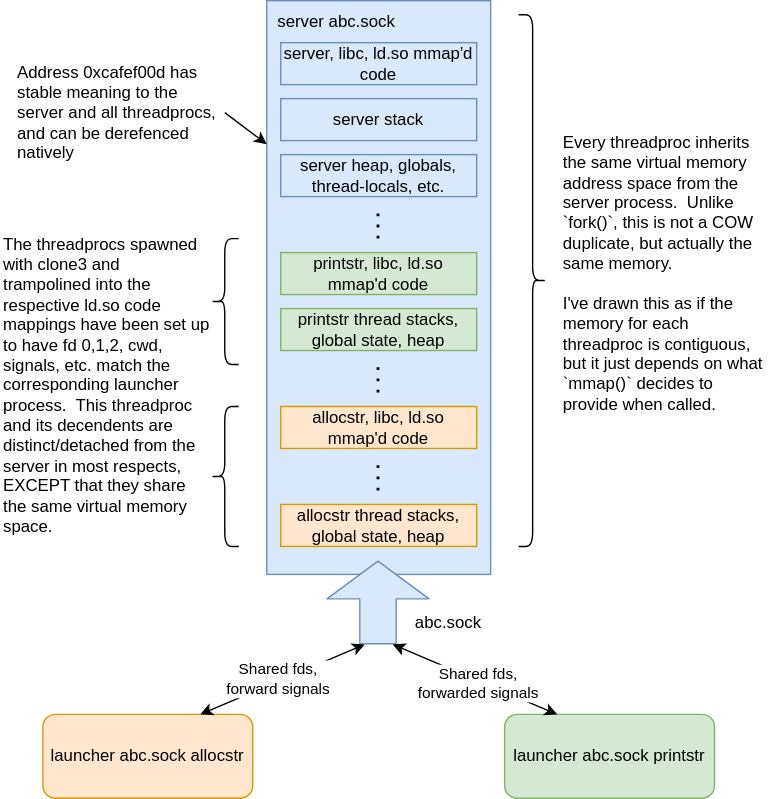
Before: servermemory.drawio.svg, a diagram exported from draw.io (jer-irl/threadprocs). Source tidied: cells renumbered, new cells last; positions are measured from the earlier drawing's top-left corner, leaving out a move shared by most shapes.
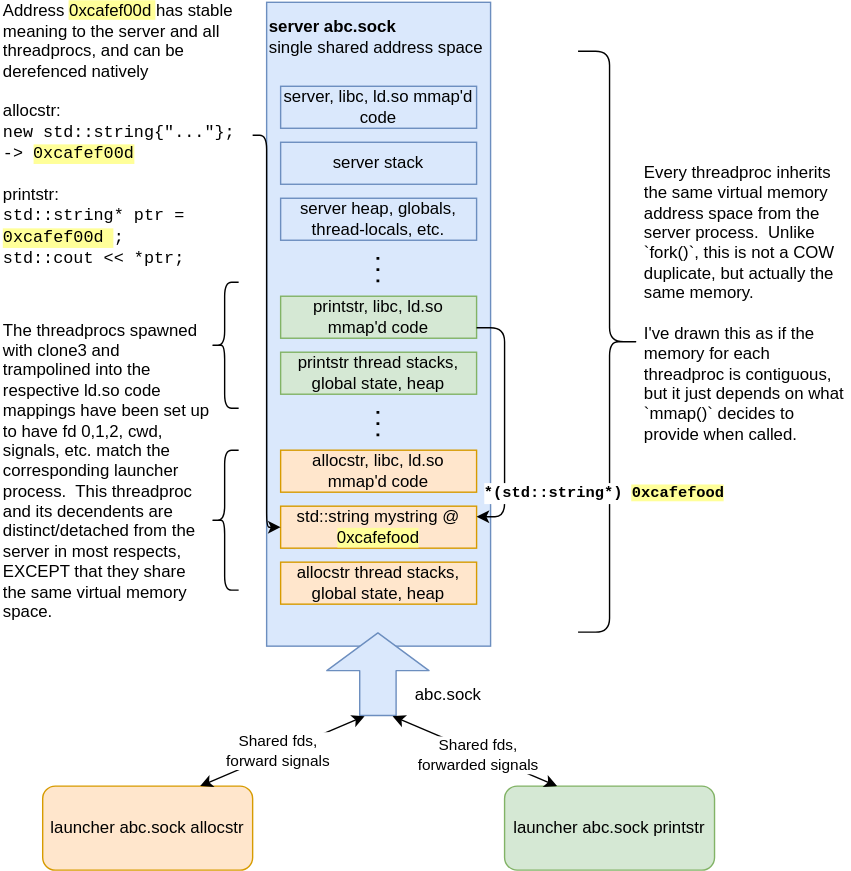
Above is the later version.

What changed in the source:
```diff
@@ -3,19 +3,19 @@
     <mxCell id="0" />
     <mxCell id="1" parent="0" />
     <mxCell id="2" style="rounded=0;whiteSpace=wrap;html=1;fillColor=#dae8fc;strokeColor=#6c8ebf;" parent="1" vertex="1">
-      <mxGeometry x="190" width="160" height="410" as="geometry" />
+      <mxGeometry x="190" y="-30" width="160" height="460" as="geometry" />
     </mxCell>
-    <mxCell id="3" value="server abc.sock" style="text;html=1;align=center;verticalAlign=middle;whiteSpace=wrap;rounded=0;" parent="1" vertex="1">
-      <mxGeometry x="190" width="100" height="30" as="geometry" />
+    <mxCell id="3" value="&lt;b&gt;server abc.sock&lt;/b&gt;&lt;div style=&quot;&quot;&gt;single shared address space&lt;/div&gt;" style="text;html=1;align=left;verticalAlign=middle;whiteSpace=wrap;rounded=0;" parent="1" vertex="1">
+      <mxGeometry x="190" y="-20" width="160" height="30" as="geometry" />
     </mxCell>
     <mxCell id="4" value="launcher abc.sock allocstr" style="rounded=1;whiteSpace=wrap;html=1;fillColor=#ffe6cc;strokeColor=#d79b00;" parent="1" vertex="1">
-      <mxGeometry x="30" y="510" width="150" height="60" as="geometry" />
+      <mxGeometry x="30" y="530" width="150" height="60" as="geometry" />
     </mxCell>
     <mxCell id="5" value="allocstr, libc, ld.so mmap'd code" style="rounded=0;whiteSpace=wrap;html=1;fillColor=#ffe6cc;strokeColor=#d79b00;" parent="1" vertex="1">
       <mxGeometry x="200" y="290" width="140" height="30" as="geometry" />
     </mxCell>
     <mxCell id="6" value="allocstr thread stacks, global state, heap" style="rounded=0;whiteSpace=wrap;html=1;fillColor=#ffe6cc;strokeColor=#d79b00;" parent="1" vertex="1">
-      <mxGeometry x="200" y="360" width="140" height="30" as="geometry" />
+      <mxGeometry x="200" y="370" width="140" height="30" as="geometry" />
     </mxCell>
     <mxCell id="7" style="endArrow=none;dashed=1;html=1;dashPattern=1 3;strokeWidth=2;" parent="1" edge="1">
       <mxGeometry relative="1" as="geometry">
@@ -28,30 +28,30 @@
     </mxCell>
     <mxCell id="9" style="shape=flexArrow;endArrow=classic;html=1;fillColor=#dae8fc;strokeColor=#6c8ebf;entryX=0.5;entryY=1;entryDx=0;entryDy=0;endWidth=46;endSize=8.67;width=26;" parent="1" edge="1">
       <mxGeometry relative="1" as="geometry">
-        <mxPoint x="269.5" y="460" as="sourcePoint" />
-        <mxPoint x="269.5" y="400" as="targetPoint" />
+        <mxPoint x="269.5" y="480" as="sourcePoint" />
+        <mxPoint x="269.5" y="420" as="targetPoint" />
       </mxGeometry>
     </mxCell>
     <mxCell id="10" value="abc.sock" style="text;html=1;align=center;verticalAlign=middle;whiteSpace=wrap;rounded=0;" parent="1" vertex="1">
-      <mxGeometry x="290" y="430" width="60" height="30" as="geometry" />
+      <mxGeometry x="290" y="450" width="60" height="30" as="geometry" />
     </mxCell>
     <mxCell id="11" value="The threadprocs spawned with clone3 and trampolined into the respective ld.so code mappings have been set up to have fd 0,1,2, cwd, signals, etc. match the corresponding launcher process.&amp;nbsp; This threadproc and its decendents are distinct/detached from the server in most respects, EXCEPT that they share the same virtual memory space." style="text;html=1;align=left;verticalAlign=middle;whiteSpace=wrap;rounded=0;" parent="1" vertex="1">
-      <mxGeometry y="160" width="150" height="230" as="geometry" />
+      <mxGeometry y="190" width="150" height="230" as="geometry" />
     </mxCell>
     <mxCell id="12" style="endArrow=classic;startArrow=classic;html=1;exitX=0.75;exitY=0;exitDx=0;exitDy=0;" parent="1" edge="1" source="4">
       <mxGeometry relative="1" as="geometry">
-        <mxPoint x="260" y="460" as="targetPoint" />
+        <mxPoint x="260" y="480" as="targetPoint" />
       </mxGeometry>
     </mxCell>
     <mxCell id="13" value="Shared fds,&lt;div&gt;forward signals&lt;/div&gt;" style="edgeLabel;html=1;align=center;verticalAlign=middle;" parent="12" vertex="1">
       <mxGeometry x="-0.05" y="2" relative="1" as="geometry" />
     </mxCell>
     <mxCell id="14" value="launcher abc.sock printstr" style="rounded=1;whiteSpace=wrap;html=1;fillColor=#d5e8d4;strokeColor=#82b366;" parent="1" vertex="1">
-      <mxGeometry x="360" y="510" width="150" height="60" as="geometry" />
+      <mxGeometry x="360" y="530" width="150" height="60" as="geometry" />
     </mxCell>
     <mxCell id="15" style="endArrow=classic;startArrow=classic;html=1;exitX=0.25;exitY=0;exitDx=0;exitDy=0;" parent="1" edge="1" source="14">
       <mxGeometry relative="1" as="geometry">
-        <mxPoint x="280" y="460" as="targetPoint" />
+        <mxPoint x="280" y="480" as="targetPoint" />
       </mxGeometry>
     </mxCell>
     <mxCell id="16" value="Shared fds,&lt;div&gt;forwarded signals&lt;/div&gt;" style="edgeLabel;html=1;align=center;verticalAlign=middle;" parent="15" vertex="1">
@@ -67,10 +67,10 @@
       <mxGeometry x="150" y="170" width="20" height="90" as="geometry" />
     </mxCell>
     <mxCell id="20" style="shape=curlyBracket;whiteSpace=wrap;html=1;rounded=1;flipH=1;labelPosition=right;verticalLabelPosition=middle;align=left;verticalAlign=middle;" parent="1" vertex="1">
-      <mxGeometry x="370" y="10" width="20" height="380" as="geometry" />
+      <mxGeometry x="412.5" y="5" width="45" height="415" as="geometry" />
     </mxCell>
     <mxCell id="21" value="Every threadproc inherits the same virtual memory address space from the server process.&amp;nbsp; Unlike `fork()`, this is not a COW duplicate, but actually the same memory.&lt;div&gt;&lt;br&gt;&lt;/div&gt;&lt;div&gt;I've drawn this as if the memory for each threadproc is contiguous, but it just depends on what `mmap()` decides to provide when called.&lt;/div&gt;" style="text;html=1;align=left;verticalAlign=middle;whiteSpace=wrap;rounded=0;" parent="1" vertex="1">
-      <mxGeometry x="400" y="80" width="150" height="230" as="geometry" />
+      <mxGeometry x="457.5" y="70" width="150" height="230" as="geometry" />
     </mxCell>
     <mxCell id="22" style="endArrow=none;dashed=1;html=1;dashPattern=1 3;strokeWidth=2;" parent="1" edge="1">
       <mxGeometry relative="1" as="geometry">
@@ -90,14 +90,30 @@
     <mxCell id="25" value="server stack" style="rounded=0;whiteSpace=wrap;html=1;fillColor=#dae8fc;strokeColor=#6c8ebf;" parent="1" vertex="1">
       <mxGeometry x="200" y="70" width="140" height="30" as="geometry" />
     </mxCell>
+    <mxCell id="29" value="std::string mystring @ &lt;span style=&quot;background-color: rgb(255, 255, 153);&quot;&gt;0xcafefood&lt;/span&gt;" style="rounded=0;whiteSpace=wrap;html=1;fillColor=#ffe6cc;strokeColor=#d79b00;" parent="1" vertex="1">
+      <mxGeometry x="200" y="330" width="140" height="30" as="geometry" />
+    </mxCell>
     <mxCell id="26" value="server heap, globals, thread-locals, etc." style="rounded=0;whiteSpace=wrap;html=1;fillColor=#dae8fc;strokeColor=#6c8ebf;" parent="1" vertex="1">
       <mxGeometry x="200" y="110" width="140" height="30" as="geometry" />
     </mxCell>
-    <mxCell id="27" value="Address 0xcafef00d has stable meaning to the server and all threadprocs, and can be derefenced natively" style="text;html=1;align=left;verticalAlign=middle;whiteSpace=wrap;rounded=0;" parent="1" vertex="1">
-      <mxGeometry x="10" y="40" width="150" height="80" as="geometry" />
+    <mxCell id="27" value="Address &lt;span style=&quot;background-color: rgb(255, 255, 153);&quot;&gt;0xcafef00d&lt;/span&gt; has stable meaning to the server and all threadprocs, and can be derefenced natively&lt;div&gt;&lt;br&gt;&lt;/div&gt;&lt;div&gt;allocstr:&lt;/div&gt;&lt;div&gt;&lt;font face=&quot;Courier New&quot;&gt;new std::string{&quot;...&quot;};&amp;nbsp;&lt;/font&gt;&lt;/div&gt;&lt;div&gt;&lt;font face=&quot;Courier New&quot;&gt;-&amp;gt; &lt;span style=&quot;background-color: rgb(255, 255, 153);&quot;&gt;0xcafef00d&lt;/span&gt;&lt;/font&gt;&lt;/div&gt;&lt;div&gt;&lt;br&gt;&lt;/div&gt;&lt;div&gt;printstr:&lt;/div&gt;&lt;div&gt;&lt;font face=&quot;Courier New&quot;&gt;std::string* ptr = &lt;span style=&quot;background-color: rgb(255, 255, 153);&quot;&gt;0xcafef00d&lt;/span&gt;;&lt;/font&gt;&lt;/div&gt;&lt;div&gt;&lt;font face=&quot;Courier New&quot;&gt;std::cout &amp;lt;&amp;lt; *ptr;&lt;/font&gt;&lt;/div&gt;" style="text;html=1;align=left;verticalAlign=middle;whiteSpace=wrap;rounded=0;" parent="1" vertex="1">
+      <mxGeometry y="-30" width="180" height="190" as="geometry" />
     </mxCell>
-    <mxCell id="28" style="endArrow=classic;html=1;entryX=0;entryY=0.25;entryDx=0;entryDy=0;exitX=1;exitY=0.5;exitDx=0;exitDy=0;" parent="1" edge="1" source="27" target="2">
+    <mxCell id="28" style="endArrow=classic;html=1;entryX=0;entryY=0.5;entryDx=0;entryDy=0;exitX=1;exitY=0.5;exitDx=0;exitDy=0;edgeStyle=orthogonalEdgeStyle;" parent="1" edge="1" source="27" target="29">
       <mxGeometry relative="1" as="geometry" />
     </mxCell>
+    <mxCell id="30" style="endArrow=classic;html=1;exitX=1;exitY=0.75;exitDx=0;exitDy=0;entryX=1;entryY=0.25;entryDx=0;entryDy=0;edgeStyle=orthogonalEdgeStyle;" parent="1" edge="1" source="17" target="29">
+      <mxGeometry relative="1" as="geometry">
+        <Array as="points">
+          <mxPoint x="360" y="203" />
+          <mxPoint x="360" y="338" />
+        </Array>
+      </mxGeometry>
+    </mxCell>
+    <mxCell id="31" value="&lt;b&gt;&lt;font face=&quot;Courier New&quot;&gt;*(std::string*)&lt;span style=&quot;background-color: rgb(255, 255, 153);&quot;&gt;0xcafefood&lt;/span&gt;&lt;/font&gt;&lt;/b&gt;" style="edgeLabel;html=1;align=center;verticalAlign=middle;" parent="30" vertex="1">
+      <mxGeometry x="-0.02" y="1" relative="1" as="geometry">
+        <mxPoint x="69" y="53" as="offset" />
+      </mxGeometry>
+    </mxCell>
   </root>
 </mxGraphModel>
```
